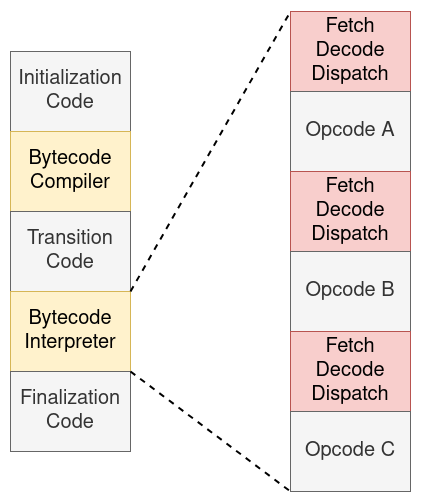
This is article/img/Trace.png from MathisBD/ReversePy, a draw.io export, as it was before one commit. Source tidied: cells renumbered, new cells last; positions are measured from the earlier drawing's top-left corner, leaving out a move shared by most shapes. The source it was exported from:
```xml
<mxGraphModel>
  <root>
    <mxCell id="0" />
    <mxCell id="1" parent="0" />
    <mxCell id="2" value="&lt;div&gt;Initialization&lt;/div&gt;&lt;div&gt;Code&lt;br&gt;&lt;/div&gt;" style="rounded=0;whiteSpace=wrap;html=1;fontSize=20;fillColor=#f5f5f5;strokeColor=#666666;fontColor=#333333;" parent="1" vertex="1">
      <mxGeometry y="40" width="120" height="80" as="geometry" />
    </mxCell>
    <mxCell id="3" value="&lt;div&gt;Bytecode&lt;/div&gt;&lt;div&gt;Compiler&lt;/div&gt;" style="rounded=0;whiteSpace=wrap;html=1;fontSize=20;fillColor=#fff2cc;strokeColor=#d6b656;" parent="1" vertex="1">
      <mxGeometry y="120" width="120" height="80" as="geometry" />
    </mxCell>
    <mxCell id="4" value="&lt;div&gt;Transition&lt;/div&gt;&lt;div&gt;Code&lt;br&gt;&lt;/div&gt;" style="rounded=0;whiteSpace=wrap;html=1;fontSize=20;fillColor=#f5f5f5;strokeColor=#666666;fontColor=#333333;" parent="1" vertex="1">
      <mxGeometry y="200" width="120" height="80" as="geometry" />
    </mxCell>
    <mxCell id="5" value="&lt;div&gt;Bytecode&lt;/div&gt;&lt;div&gt;Interpreter&lt;/div&gt;" style="rounded=0;whiteSpace=wrap;html=1;fontSize=20;fillColor=#fff2cc;strokeColor=#d6b656;" parent="1" vertex="1">
      <mxGeometry y="280" width="120" height="80" as="geometry" />
    </mxCell>
    <mxCell id="6" value="&lt;div&gt;Finalization&lt;/div&gt;&lt;div&gt;Code&lt;br&gt;&lt;/div&gt;" style="rounded=0;whiteSpace=wrap;html=1;fontSize=20;fillColor=#f5f5f5;strokeColor=#666666;fontColor=#333333;" parent="1" vertex="1">
      <mxGeometry y="360" width="120" height="80" as="geometry" />
    </mxCell>
    <mxCell id="7" value="&lt;div&gt;Fetch&lt;/div&gt;&lt;div&gt;Decode&lt;/div&gt;&lt;div&gt;Dispatch&lt;br&gt;&lt;/div&gt;" style="rounded=0;whiteSpace=wrap;html=1;fontSize=20;fillColor=#f8cecc;strokeColor=#b85450;" parent="1" vertex="1">
      <mxGeometry x="280" width="120" height="80" as="geometry" />
    </mxCell>
    <mxCell id="8" value="Opcode A" style="rounded=0;whiteSpace=wrap;html=1;fontSize=20;fillColor=#f5f5f5;strokeColor=#666666;fontColor=#333333;" parent="1" vertex="1">
      <mxGeometry x="280" y="80" width="120" height="80" as="geometry" />
    </mxCell>
    <mxCell id="9" value="&lt;div&gt;Fetch&lt;/div&gt;&lt;div&gt;Decode&lt;/div&gt;&lt;div&gt;Dispatch&lt;br&gt;&lt;/div&gt;" style="rounded=0;whiteSpace=wrap;html=1;fontSize=20;fillColor=#f8cecc;strokeColor=#b85450;" parent="1" vertex="1">
      <mxGeometry x="280" y="160" width="120" height="80" as="geometry" />
    </mxCell>
    <mxCell id="10" value="&lt;div&gt;Opcode B&lt;/div&gt;" style="rounded=0;whiteSpace=wrap;html=1;fontSize=20;fillColor=#f5f5f5;strokeColor=#666666;fontColor=#333333;" parent="1" vertex="1">
      <mxGeometry x="280" y="240" width="120" height="80" as="geometry" />
    </mxCell>
    <mxCell id="11" value="&lt;div&gt;Fetch&lt;/div&gt;&lt;div&gt;Decode&lt;/div&gt;&lt;div&gt;Dispatch&lt;br&gt;&lt;/div&gt;" style="rounded=0;whiteSpace=wrap;html=1;fontSize=20;fillColor=#f8cecc;strokeColor=#b85450;" parent="1" vertex="1">
      <mxGeometry x="280" y="320" width="120" height="80" as="geometry" />
    </mxCell>
    <mxCell id="12" value="&lt;div&gt;Opcode C&lt;/div&gt;" style="rounded=0;whiteSpace=wrap;html=1;fontSize=20;fillColor=#f5f5f5;strokeColor=#666666;fontColor=#333333;" parent="1" vertex="1">
      <mxGeometry x="280" y="400" width="120" height="80" as="geometry" />
    </mxCell>
    <mxCell id="13" style="endArrow=none;html=1;fontSize=20;exitX=1;exitY=0;exitDx=0;exitDy=0;entryX=0;entryY=0;entryDx=0;entryDy=0;strokeWidth=2;dashed=1;" parent="1" edge="1" source="5" target="7">
      <mxGeometry relative="1" as="geometry" />
    </mxCell>
    <mxCell id="14" style="endArrow=none;html=1;fontSize=20;exitX=1;exitY=0;exitDx=0;exitDy=0;entryX=0;entryY=1;entryDx=0;entryDy=0;strokeWidth=2;dashed=1;" parent="1" edge="1" source="6" target="12">
      <mxGeometry relative="1" as="geometry" />
    </mxCell>
  </root>
</mxGraphModel>
```
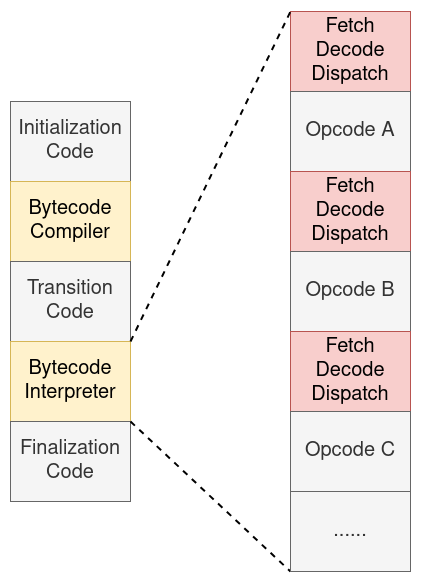
Later version of the same file.

Diff of the diagram source:
```diff
@@ -3,19 +3,19 @@
     <mxCell id="0" />
     <mxCell id="1" parent="0" />
     <mxCell id="2" value="&lt;div&gt;Initialization&lt;/div&gt;&lt;div&gt;Code&lt;br&gt;&lt;/div&gt;" style="rounded=0;whiteSpace=wrap;html=1;fontSize=20;fillColor=#f5f5f5;strokeColor=#666666;fontColor=#333333;" parent="1" vertex="1">
-      <mxGeometry y="40" width="120" height="80" as="geometry" />
+      <mxGeometry y="90" width="120" height="80" as="geometry" />
     </mxCell>
     <mxCell id="3" value="&lt;div&gt;Bytecode&lt;/div&gt;&lt;div&gt;Compiler&lt;/div&gt;" style="rounded=0;whiteSpace=wrap;html=1;fontSize=20;fillColor=#fff2cc;strokeColor=#d6b656;" parent="1" vertex="1">
-      <mxGeometry y="120" width="120" height="80" as="geometry" />
+      <mxGeometry y="170" width="120" height="80" as="geometry" />
     </mxCell>
     <mxCell id="4" value="&lt;div&gt;Transition&lt;/div&gt;&lt;div&gt;Code&lt;br&gt;&lt;/div&gt;" style="rounded=0;whiteSpace=wrap;html=1;fontSize=20;fillColor=#f5f5f5;strokeColor=#666666;fontColor=#333333;" parent="1" vertex="1">
-      <mxGeometry y="200" width="120" height="80" as="geometry" />
+      <mxGeometry y="250" width="120" height="80" as="geometry" />
     </mxCell>
     <mxCell id="5" value="&lt;div&gt;Bytecode&lt;/div&gt;&lt;div&gt;Interpreter&lt;/div&gt;" style="rounded=0;whiteSpace=wrap;html=1;fontSize=20;fillColor=#fff2cc;strokeColor=#d6b656;" parent="1" vertex="1">
-      <mxGeometry y="280" width="120" height="80" as="geometry" />
+      <mxGeometry y="330" width="120" height="80" as="geometry" />
     </mxCell>
     <mxCell id="6" value="&lt;div&gt;Finalization&lt;/div&gt;&lt;div&gt;Code&lt;br&gt;&lt;/div&gt;" style="rounded=0;whiteSpace=wrap;html=1;fontSize=20;fillColor=#f5f5f5;strokeColor=#666666;fontColor=#333333;" parent="1" vertex="1">
-      <mxGeometry y="360" width="120" height="80" as="geometry" />
+      <mxGeometry y="410" width="120" height="80" as="geometry" />
     </mxCell>
     <mxCell id="7" value="&lt;div&gt;Fetch&lt;/div&gt;&lt;div&gt;Decode&lt;/div&gt;&lt;div&gt;Dispatch&lt;br&gt;&lt;/div&gt;" style="rounded=0;whiteSpace=wrap;html=1;fontSize=20;fillColor=#f8cecc;strokeColor=#b85450;" parent="1" vertex="1">
       <mxGeometry x="280" width="120" height="80" as="geometry" />
@@ -38,8 +38,11 @@
     <mxCell id="13" style="endArrow=none;html=1;fontSize=20;exitX=1;exitY=0;exitDx=0;exitDy=0;entryX=0;entryY=0;entryDx=0;entryDy=0;strokeWidth=2;dashed=1;" parent="1" edge="1" source="5" target="7">
       <mxGeometry relative="1" as="geometry" />
     </mxCell>
-    <mxCell id="14" style="endArrow=none;html=1;fontSize=20;exitX=1;exitY=0;exitDx=0;exitDy=0;entryX=0;entryY=1;entryDx=0;entryDy=0;strokeWidth=2;dashed=1;" parent="1" edge="1" source="6" target="12">
+    <mxCell id="14" style="endArrow=none;html=1;fontSize=20;exitX=1;exitY=0;exitDx=0;exitDy=0;entryX=0;entryY=1;entryDx=0;entryDy=0;strokeWidth=2;dashed=1;" parent="1" edge="1" source="6" target="15">
       <mxGeometry relative="1" as="geometry" />
     </mxCell>
+    <mxCell id="15" value="......" style="rounded=0;whiteSpace=wrap;html=1;fontSize=20;fillColor=#f5f5f5;strokeColor=#666666;fontColor=#333333;" parent="1" vertex="1">
+      <mxGeometry x="280" y="480" width="120" height="80" as="geometry" />
+    </mxCell>
   </root>
 </mxGraphModel>
```
